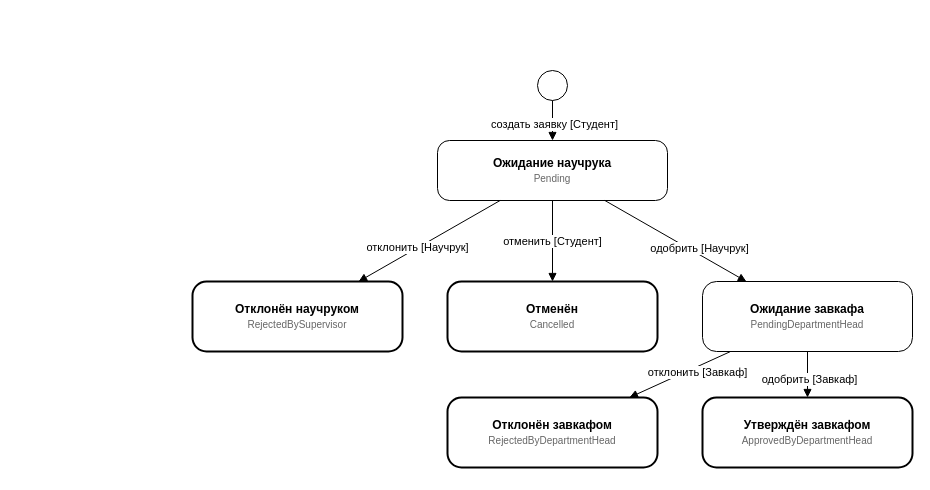
Effecktus/AcademicTopicSelectionService keeps this draw.io diagram as docs/lc_student_application.drawio. Above is the earlier version. Source tidied: cells renumbered, new cells numbered last; positions are measured from the earlier drawing's top-left corner, leaving out a move shared by most shapes. Both pictures are drawn from the tidied source at 100%, with x=0, y=0 at pixel (192, 70).
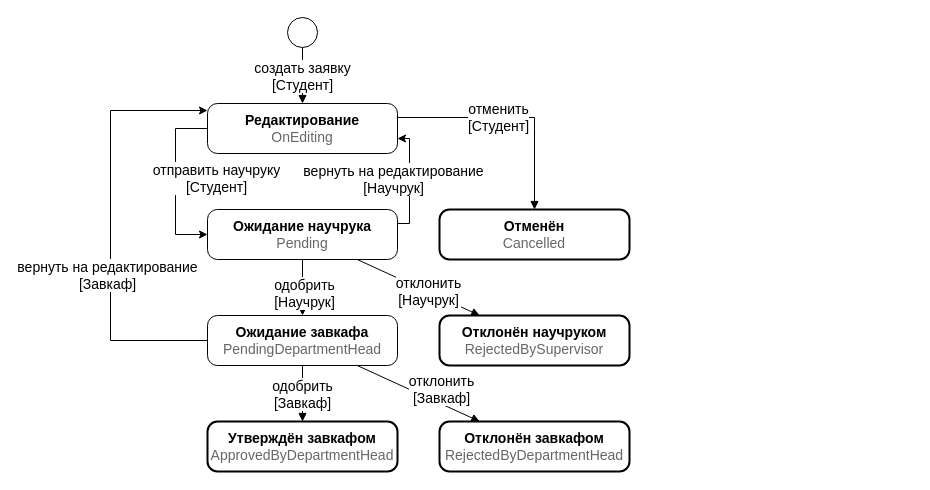
The same diagram, later.

The edit, as a diff of the source:
```diff
@@
-    <mxCell id="2" style="ellipse;" parent="1" vertex="1">
-      <mxGeometry x="345" width="30" height="30" as="geometry" />
+    <mxCell id="2" style="ellipse;fontSize=14;" parent="1" vertex="1">
+      <mxGeometry x="95" y="-53" width="30" height="30" as="geometry" />
     </mxCell>
+    <mxCell id="15" style="edgeStyle=orthogonalEdgeStyle;rounded=0;jettySize=auto;html=1;fontSize=14;" parent="1" edge="1" source="3" target="21">
+      <mxGeometry relative="1" as="geometry">
+        <Array as="points">
+          <mxPoint x="217" y="153" />
+          <mxPoint x="217" y="68" />
+        </Array>
+      </mxGeometry>
+    </mxCell>
+    <mxCell id="16" value="вернуть на редактирование&lt;div&gt;[Научрук]&lt;/div&gt;" style="edgeLabel;html=1;align=center;verticalAlign=middle;fontSize=14;" parent="15" vertex="1">
+      <mxGeometry x="0.19" relative="1" as="geometry">
+        <mxPoint x="-17" y="8" as="offset" />
+      </mxGeometry>
+    </mxCell>
-    <mxCell id="3" value="&lt;b&gt;Ожидание научрука&lt;/b&gt;&lt;br&gt;&lt;font style=&quot;font-size: 10px; color: #666666;&quot;&gt;Pending&lt;/font&gt;" style="rounded=1;whiteSpace=wrap;html=1;arcSize=20;fontSize=12;" parent="1" vertex="1">
-      <mxGeometry x="245" y="70" width="230" height="60" as="geometry" />
+    <mxCell id="3" value="&lt;b&gt;Ожидание научрука&lt;/b&gt;&lt;br&gt;&lt;font style=&quot;color: rgb(102, 102, 102);&quot;&gt;Pending&lt;/font&gt;" style="rounded=1;whiteSpace=wrap;html=1;arcSize=20;fontSize=14;" parent="1" vertex="1">
+      <mxGeometry x="15" y="139" width="190" height="50" as="geometry" />
     </mxCell>
+    <mxCell id="17" style="edgeStyle=orthogonalEdgeStyle;rounded=0;jettySize=auto;html=1;fontSize=14;" parent="1" edge="1" source="4" target="21">
+      <mxGeometry relative="1" as="geometry">
+        <Array as="points">
+          <mxPoint x="-82" y="270" />
+          <mxPoint x="-82" y="40" />
+        </Array>
+      </mxGeometry>
+    </mxCell>
+    <mxCell id="18" value="вернуть на редактирование&lt;div&gt;[Завкаф]&lt;/div&gt;" style="edgeLabel;html=1;align=center;verticalAlign=middle;fontSize=14;" parent="17" vertex="1">
+      <mxGeometry x="-0.44" y="2" relative="1" as="geometry">
+        <mxPoint x="-2" y="-44" as="offset" />
+      </mxGeometry>
+    </mxCell>
-    <mxCell id="4" value="&lt;b&gt;Ожидание завкафа&lt;/b&gt;&lt;br&gt;&lt;font style=&quot;font-size: 10px; color: #666666;&quot;&gt;PendingDepartmentHead&lt;/font&gt;" style="rounded=1;whiteSpace=wrap;html=1;arcSize=20;fontSize=12;" parent="1" vertex="1">
-      <mxGeometry x="510" y="211" width="210" height="70" as="geometry" />
+    <mxCell id="4" value="&lt;b&gt;Ожидание завкафа&lt;/b&gt;&lt;br&gt;&lt;font style=&quot;color: rgb(102, 102, 102);&quot;&gt;PendingDepartmentHead&lt;/font&gt;" style="rounded=1;whiteSpace=wrap;html=1;arcSize=20;fontSize=14;" parent="1" vertex="1">
+      <mxGeometry x="15" y="245" width="190" height="50" as="geometry" />
     </mxCell>
-    <mxCell id="5" value="&lt;b&gt;Отклонён научруком&lt;/b&gt;&lt;br&gt;&lt;font style=&quot;font-size: 10px; color: #666666;&quot;&gt;RejectedBySupervisor&lt;/font&gt;" style="rounded=1;whiteSpace=wrap;html=1;arcSize=20;fontSize=12;strokeWidth=2;" parent="1" vertex="1">
-      <mxGeometry y="211" width="210" height="70" as="geometry" />
+    <mxCell id="5" value="&lt;b&gt;Отклонён научруком&lt;/b&gt;&lt;br&gt;&lt;font style=&quot;color: rgb(102, 102, 102);&quot;&gt;RejectedBySupervisor&lt;/font&gt;" style="rounded=1;whiteSpace=wrap;html=1;arcSize=20;fontSize=14;strokeWidth=2;" parent="1" vertex="1">
+      <mxGeometry x="247" y="245" width="190" height="50" as="geometry" />
     </mxCell>
-    <mxCell id="6" value="&lt;b&gt;Отменён&lt;/b&gt;&lt;br&gt;&lt;font style=&quot;font-size: 10px; color: #666666;&quot;&gt;Cancelled&lt;/font&gt;" style="rounded=1;whiteSpace=wrap;html=1;arcSize=20;fontSize=12;strokeWidth=2;" parent="1" vertex="1">
-      <mxGeometry x="255" y="211" width="210" height="70" as="geometry" />
+    <mxCell id="6" value="&lt;b&gt;Отменён&lt;/b&gt;&lt;br&gt;&lt;font style=&quot;color: rgb(102, 102, 102);&quot;&gt;Cancelled&lt;/font&gt;" style="rounded=1;whiteSpace=wrap;html=1;arcSize=20;fontSize=14;strokeWidth=2;" parent="1" vertex="1">
+      <mxGeometry x="247" y="139" width="190" height="50" as="geometry" />
     </mxCell>
-    <mxCell id="7" value="&lt;b&gt;Отклонён завкафом&lt;/b&gt;&lt;br&gt;&lt;font style=&quot;font-size: 10px; color: #666666;&quot;&gt;RejectedByDepartmentHead&lt;/font&gt;" style="rounded=1;whiteSpace=wrap;html=1;arcSize=20;fontSize=12;strokeWidth=2;" parent="1" vertex="1">
-      <mxGeometry x="255" y="327" width="210" height="70" as="geometry" />
+    <mxCell id="7" value="&lt;b&gt;Отклонён завкафом&lt;/b&gt;&lt;br&gt;&lt;font style=&quot;color: rgb(102, 102, 102);&quot;&gt;RejectedByDepartmentHead&lt;/font&gt;" style="rounded=1;whiteSpace=wrap;html=1;arcSize=20;fontSize=14;strokeWidth=2;" parent="1" vertex="1">
+      <mxGeometry x="247" y="351" width="190" height="50" as="geometry" />
     </mxCell>
-    <mxCell id="8" value="&lt;b&gt;Утверждён завкафом&lt;/b&gt;&lt;br&gt;&lt;font style=&quot;font-size: 10px; color: #666666;&quot;&gt;ApprovedByDepartmentHead&lt;/font&gt;" style="rounded=1;whiteSpace=wrap;html=1;arcSize=20;fontSize=12;strokeWidth=2;" parent="1" vertex="1">
-      <mxGeometry x="510" y="327" width="210" height="70" as="geometry" />
+    <mxCell id="8" value="&lt;b&gt;Утверждён завкафом&lt;/b&gt;&lt;br&gt;&lt;font style=&quot;color: rgb(102, 102, 102);&quot;&gt;ApprovedByDepartmentHead&lt;/font&gt;" style="rounded=1;whiteSpace=wrap;html=1;arcSize=20;fontSize=14;strokeWidth=2;" parent="1" vertex="1">
+      <mxGeometry x="15" y="351" width="190" height="50" as="geometry" />
     </mxCell>
-    <mxCell id="9" value="создать заявку [Студент]" style="html=1;endArrow=block;endFill=1;exitX=0.5;exitY=1;exitDx=0;exitDy=0;entryX=0.5;entryY=0;entryDx=0;entryDy=0;" parent="1" edge="1" source="2" target="3">
-      <mxGeometry x="0.2" y="2" relative="1" as="geometry" />
+    <mxCell id="9" value="создать заявку&lt;div&gt;[Студент]&lt;/div&gt;" style="html=1;endArrow=block;endFill=1;exitX=0.5;exitY=1;exitDx=0;exitDy=0;fontSize=14;" parent="1" edge="1" source="2" target="21">
+      <mxGeometry x="0.04" relative="1" as="geometry" />
     </mxCell>
-    <mxCell id="10" value="отклонить [Научрук]" style="html=1;endArrow=block;endFill=1;" parent="1" edge="1" source="3" target="5">
+    <mxCell id="10" value="отклонить&lt;div&gt;[Научрук]&lt;/div&gt;" style="html=1;endArrow=block;endFill=1;fontSize=14;" parent="1" edge="1" source="3" target="5">
       <mxGeometry x="0.16" relative="1" as="geometry" />
     </mxCell>
-    <mxCell id="11" value="отменить [Студент]" style="html=1;endArrow=block;endFill=1;exitX=0.5;exitY=1;exitDx=0;exitDy=0;entryX=0.5;entryY=0;entryDx=0;entryDy=0;" parent="1" edge="1" source="3" target="6">
-      <mxGeometry relative="1" as="geometry" />
+    <mxCell id="11" value="отменить&lt;div&gt;[Студент]&lt;/div&gt;" style="html=1;endArrow=block;endFill=1;entryX=0.5;entryY=0;entryDx=0;entryDy=0;fontSize=14;exitX=1;exitY=0.5;exitDx=0;exitDy=0;edgeStyle=orthogonalEdgeStyle;rounded=0;curved=0;" parent="1" edge="1" source="21" target="6">
+      <mxGeometry x="-0.07" relative="1" as="geometry">
+        <Array as="points">
+          <mxPoint x="205" y="47" />
+          <mxPoint x="342" y="47" />
+        </Array>
+      </mxGeometry>
     </mxCell>
-    <mxCell id="12" value="одобрить [Научрук]" style="html=1;endArrow=block;endFill=1;" parent="1" edge="1" source="3" target="4">
-      <mxGeometry x="0.3" y="5" relative="1" as="geometry" />
+    <mxCell id="12" value="одобрить&lt;div&gt;[Научрук]&lt;/div&gt;" style="html=1;endArrow=block;endFill=1;fontSize=14;" parent="1" edge="1" source="3" target="4">
+      <mxGeometry x="0.23" y="2" relative="1" as="geometry" />
     </mxCell>
-    <mxCell id="13" value="отклонить [Завкаф]" style="html=1;endArrow=block;endFill=1;" parent="1" edge="1" source="4" target="7">
-      <mxGeometry x="-0.3" y="5" relative="1" as="geometry" />
+    <mxCell id="13" value="отклонить&lt;div&gt;[Завкаф]&lt;/div&gt;" style="html=1;endArrow=block;endFill=1;fontSize=14;" parent="1" edge="1" source="4" target="7">
+      <mxGeometry x="0.29" y="13" relative="1" as="geometry" />
     </mxCell>
-    <mxCell id="14" value="одобрить [Завкаф]" style="html=1;endArrow=block;endFill=1;" parent="1" edge="1" source="4" target="8">
-      <mxGeometry x="0.22" y="2" relative="1" as="geometry" />
+    <mxCell id="14" value="одобрить&lt;div&gt;[Завкаф]&lt;/div&gt;" style="html=1;endArrow=block;endFill=1;fontSize=14;" parent="1" edge="1" source="4" target="8">
+      <mxGeometry x="0.04" relative="1" as="geometry" />
     </mxCell>
+    <mxCell id="19" style="edgeStyle=orthogonalEdgeStyle;rounded=0;jettySize=auto;html=1;fontSize=14;" parent="1" edge="1" source="21" target="3">
+      <mxGeometry relative="1" as="geometry">
+        <Array as="points">
+          <mxPoint x="-17" y="58" />
+          <mxPoint x="-17" y="164" />
+        </Array>
+      </mxGeometry>
+    </mxCell>
+    <mxCell id="20" value="отправить научруку&lt;div&gt;[Студент]&lt;/div&gt;" style="edgeLabel;html=1;align=center;verticalAlign=middle;fontSize=14;" parent="19" vertex="1">
+      <mxGeometry y="2" relative="1" as="geometry">
+        <mxPoint x="38" y="-4" as="offset" />
+      </mxGeometry>
+    </mxCell>
+    <mxCell id="21" value="&lt;b&gt;Редактирование&lt;/b&gt;&lt;br&gt;&lt;font style=&quot;color: rgb(102, 102, 102);&quot;&gt;OnEditing&lt;/font&gt;" style="rounded=1;whiteSpace=wrap;html=1;arcSize=20;fontSize=14;" parent="1" vertex="1">
+      <mxGeometry x="15" y="33" width="190" height="50" as="geometry" />
+    </mxCell>
```
